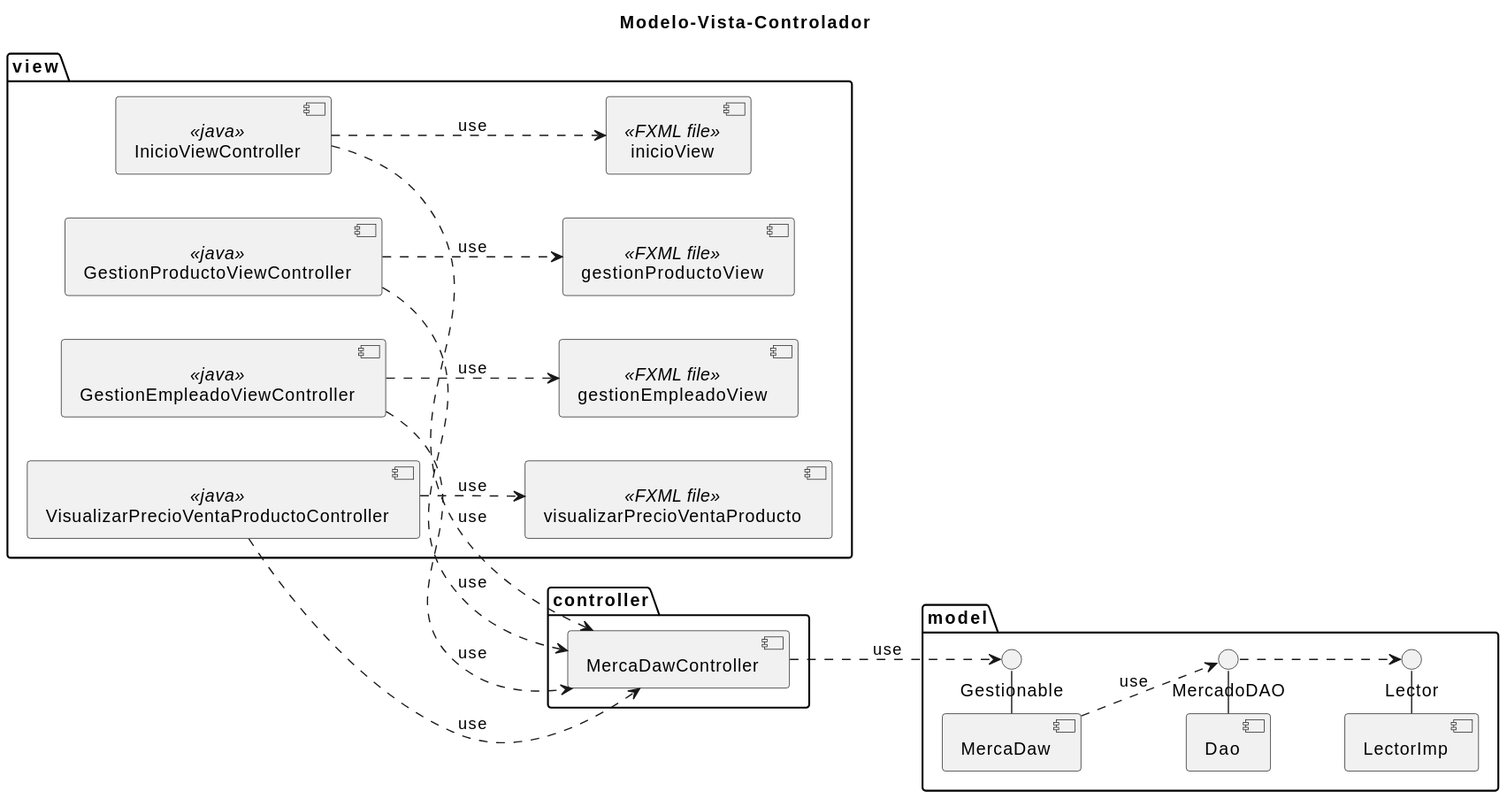
Earlier version of the PlantUML export manual/imagenes/DiagramaComponentes.svg (Edsonbs/MercaDAW).
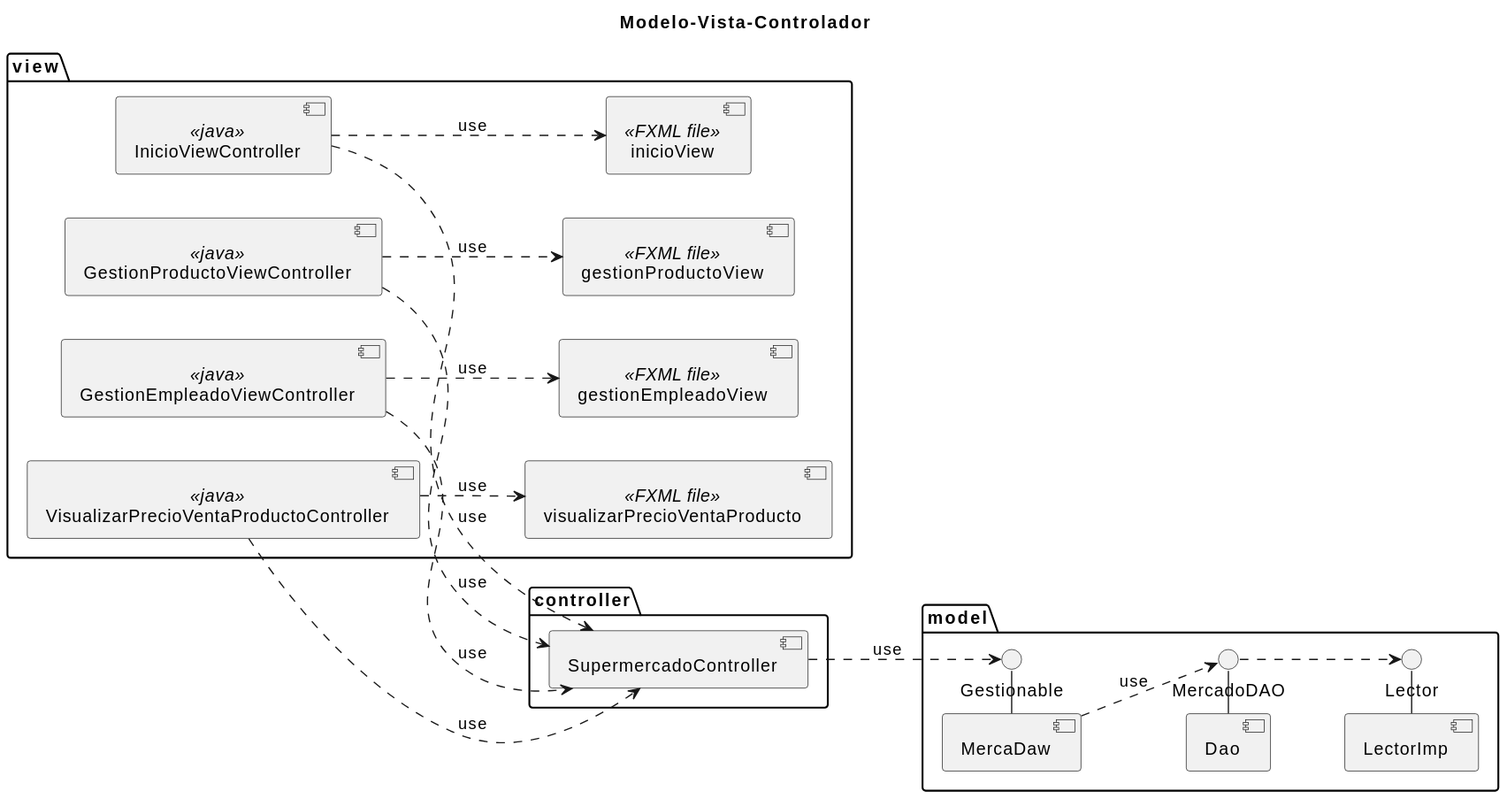
After the change.

Commit message:
Cambios finales. Arreglado problema de arquitectura MVC.

Diff of the diagram source:
```diff
@@ -14,7 +14,7 @@
 }
 
 package controller{
-    component MercaDawController as mdc
+    component SupermercadoController as mdc
 }
 
 package model{
```
